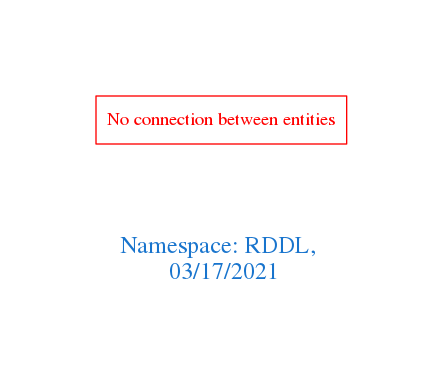
arago/OGIT keeps this Graphviz diagram as downloads/RDDL.png. Above is the earlier version. Its source is kept beside it as downloads/RDDL.dot.
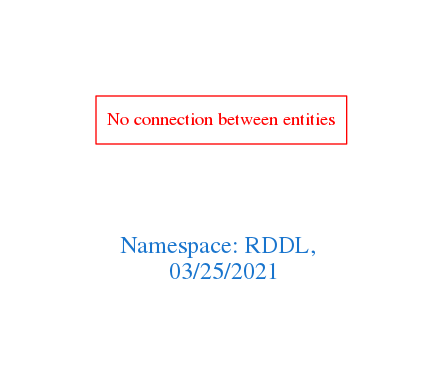
The same file after the commit.

Change to the diagram source:
```diff
@@ -1,7 +1,7 @@
 digraph OGIT_ontology {
  graph [ rankdir= LR,pad=1
 fontsize = 18,
-fontcolor= dodgerblue3,label = "\n\n\nNamespace: RDDL, \n 03/17/2021"];
+fontcolor= dodgerblue3,label = "\n\n\nNamespace: RDDL, \n 03/25/2021"];
 node[shape=polygon];
 edge [  color="gray81"];
 
```
